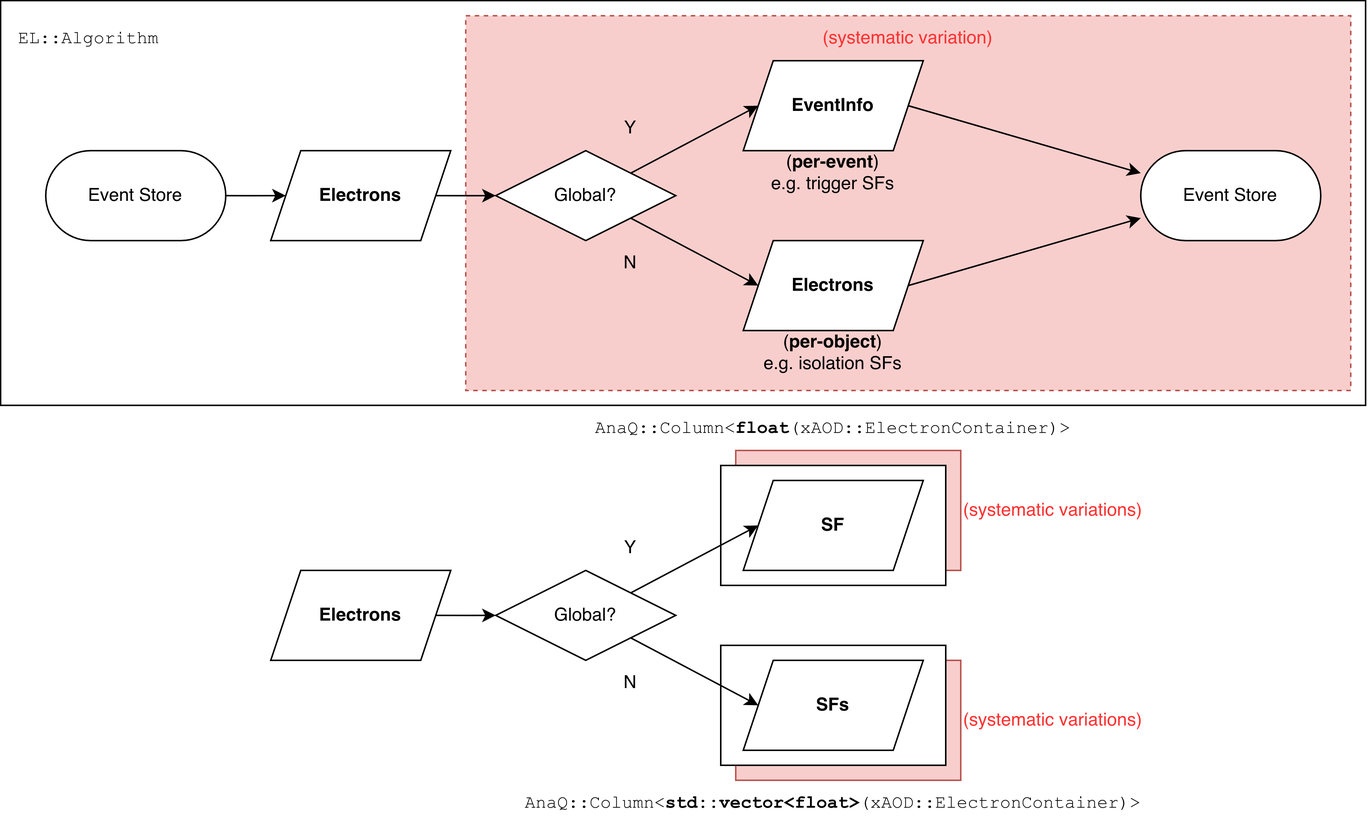
This is eventloop_vs_dataflow.drawio.png from taehyounpark/draw-io-diagrams, a draw.io export, as it was before one commit. Source tidied: cells renumbered, new cells last; positions are measured from the earlier drawing's top-left corner, leaving out a move shared by most shapes.
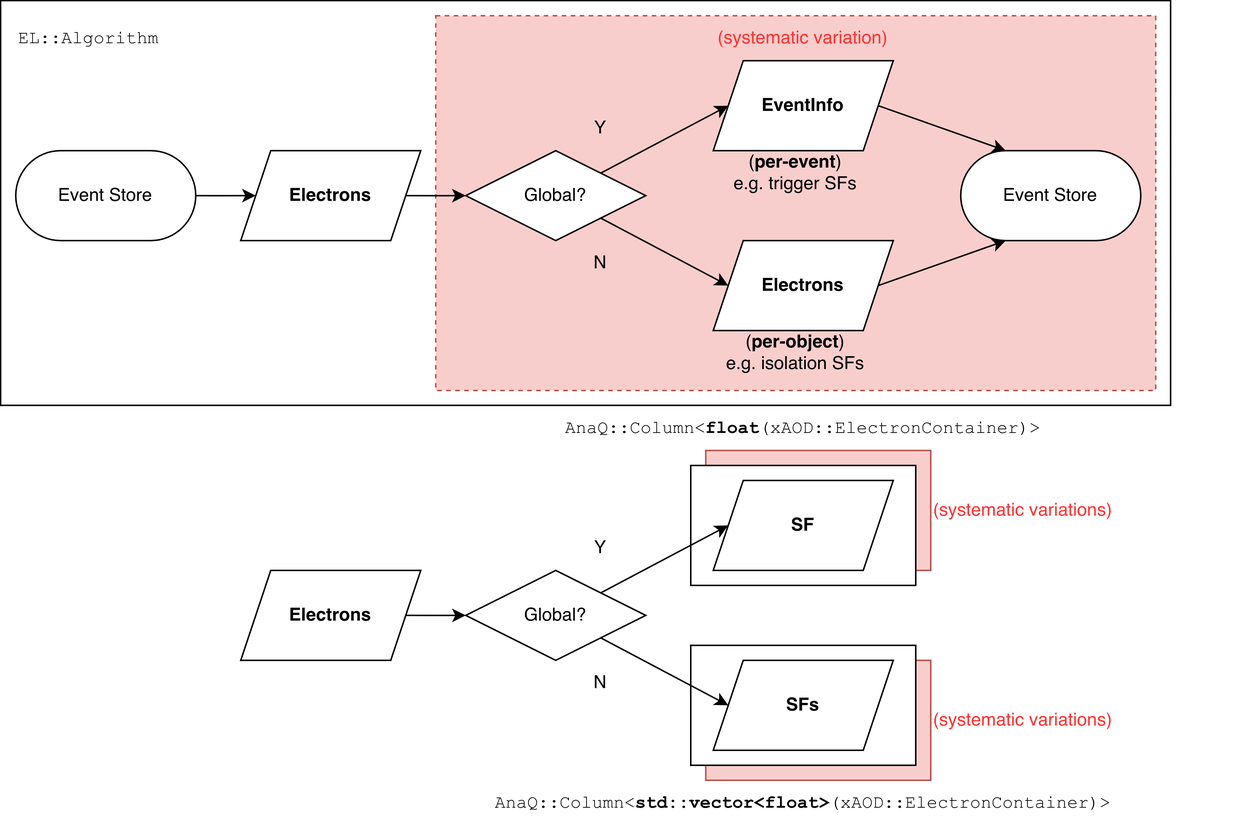
The same file after the commit.

Change to the diagram source:
```diff
@@ -3,10 +3,10 @@
     <mxCell id="0" />
     <mxCell id="1" parent="0" />
     <mxCell id="2" style="rounded=0;whiteSpace=wrap;html=1;" parent="1" vertex="1">
-      <mxGeometry width="910" height="270" as="geometry" />
+      <mxGeometry x="20" width="780" height="270" as="geometry" />
     </mxCell>
     <mxCell id="3" style="rounded=0;whiteSpace=wrap;html=1;dashed=1;fillColor=#f8cecc;strokeColor=#b85450;" parent="1" vertex="1">
-      <mxGeometry x="310" y="10" width="590" height="250" as="geometry" />
+      <mxGeometry x="310" y="10" width="480" height="250" as="geometry" />
     </mxCell>
     <mxCell id="4" value="X" style="rounded=0;whiteSpace=wrap;html=1;fillColor=#f8cecc;strokeColor=#b85450;" parent="1" vertex="1">
       <mxGeometry x="490" y="440" width="150" height="80" as="geometry" />
@@ -23,7 +23,7 @@
     <mxCell id="8" style="rhombus;whiteSpace=wrap;html=1;" parent="1" vertex="1">
       <mxGeometry x="330" y="100" width="120" height="60" as="geometry" />
     </mxCell>
-    <mxCell id="9" style="rounded=0;jettySize=auto;html=1;exitX=1;exitY=0.5;exitDx=0;exitDy=0;entryX=0;entryY=0.75;entryDx=0;entryDy=0;" parent="1" edge="1" source="10" target="29">
+    <mxCell id="9" style="rounded=0;jettySize=auto;html=1;exitX=1;exitY=0.5;exitDx=0;exitDy=0;entryX=0.25;entryY=1;entryDx=0;entryDy=0;" parent="1" edge="1" source="10" target="29">
       <mxGeometry relative="1" as="geometry" />
     </mxCell>
     <mxCell id="10" style="shape=parallelogram;perimeter=parallelogramPerimeter;whiteSpace=wrap;html=1;fixedSize=1;" parent="1" vertex="1">
@@ -43,7 +43,7 @@
     <mxCell id="14" value="&lt;b&gt;Electrons&lt;/b&gt;" style="text;html=1;align=center;verticalAlign=middle;whiteSpace=wrap;rounded=0;" parent="1" vertex="1">
       <mxGeometry x="525" y="175" width="60" height="30" as="geometry" />
     </mxCell>
-    <mxCell id="15" style="rounded=0;jettySize=auto;html=1;exitX=1;exitY=0.5;exitDx=0;exitDy=0;entryX=0;entryY=0.25;entryDx=0;entryDy=0;" parent="1" edge="1" source="16" target="29">
+    <mxCell id="15" style="rounded=0;jettySize=auto;html=1;exitX=1;exitY=0.5;exitDx=0;exitDy=0;entryX=0.25;entryY=0;entryDx=0;entryDy=0;" parent="1" edge="1" source="16" target="29">
       <mxGeometry relative="1" as="geometry" />
     </mxCell>
     <mxCell id="16" style="shape=parallelogram;perimeter=parallelogramPerimeter;whiteSpace=wrap;html=1;fixedSize=1;" parent="1" vertex="1">
@@ -53,13 +53,13 @@
       <mxGeometry x="525" y="55" width="60" height="30" as="geometry" />
     </mxCell>
     <mxCell id="18" value="(&lt;b&gt;per-object&lt;/b&gt;)&lt;br&gt;e.g. isolation SFs" style="text;html=1;align=center;verticalAlign=middle;whiteSpace=wrap;rounded=0;" parent="1" vertex="1">
-      <mxGeometry x="435" y="220" width="240" height="30" as="geometry" />
+      <mxGeometry x="430" y="220" width="240" height="30" as="geometry" />
     </mxCell>
     <mxCell id="19" value="(&lt;b&gt;per-event&lt;/b&gt;)&lt;br&gt;e.g. trigger SFs" style="text;html=1;align=center;verticalAlign=middle;whiteSpace=wrap;rounded=0;" parent="1" vertex="1">
-      <mxGeometry x="435" y="100" width="240" height="30" as="geometry" />
+      <mxGeometry x="430" y="100" width="240" height="30" as="geometry" />
     </mxCell>
     <mxCell id="20" value="&lt;font face=&quot;Courier New&quot;&gt;EL::Algorithm&lt;/font&gt;" style="text;html=1;align=left;verticalAlign=middle;whiteSpace=wrap;rounded=0;" parent="1" vertex="1">
-      <mxGeometry x="10" y="10" width="360" height="30" as="geometry" />
+      <mxGeometry x="30" y="10" width="360" height="30" as="geometry" />
     </mxCell>
     <mxCell id="21" style="group;fontStyle=0;" parent="1" vertex="1">
       <mxGeometry x="180" y="100" width="120" height="60" as="geometry" />
@@ -86,10 +86,10 @@
       <mxGeometry x="390" y="160" width="60" height="30" as="geometry" />
     </mxCell>
     <mxCell id="29" value="Event Store" style="rounded=1;whiteSpace=wrap;html=1;arcSize=50;" parent="1" vertex="1">
-      <mxGeometry x="760" y="100" width="120" height="60" as="geometry" />
+      <mxGeometry x="660" y="100" width="120" height="60" as="geometry" />
     </mxCell>
     <mxCell id="30" value="(systematic variation)" style="text;align=center;verticalAlign=middle;whiteSpace=wrap;rounded=0;fontColor=#FF3333;" parent="1" vertex="1">
-      <mxGeometry x="465" y="20" width="280" height="10" as="geometry" />
+      <mxGeometry x="415" y="20" width="280" height="10" as="geometry" />
     </mxCell>
     <mxCell id="31" style="rhombus;whiteSpace=wrap;html=1;" parent="1" vertex="1">
       <mxGeometry x="330" y="380" width="120" height="60" as="geometry" />
```
